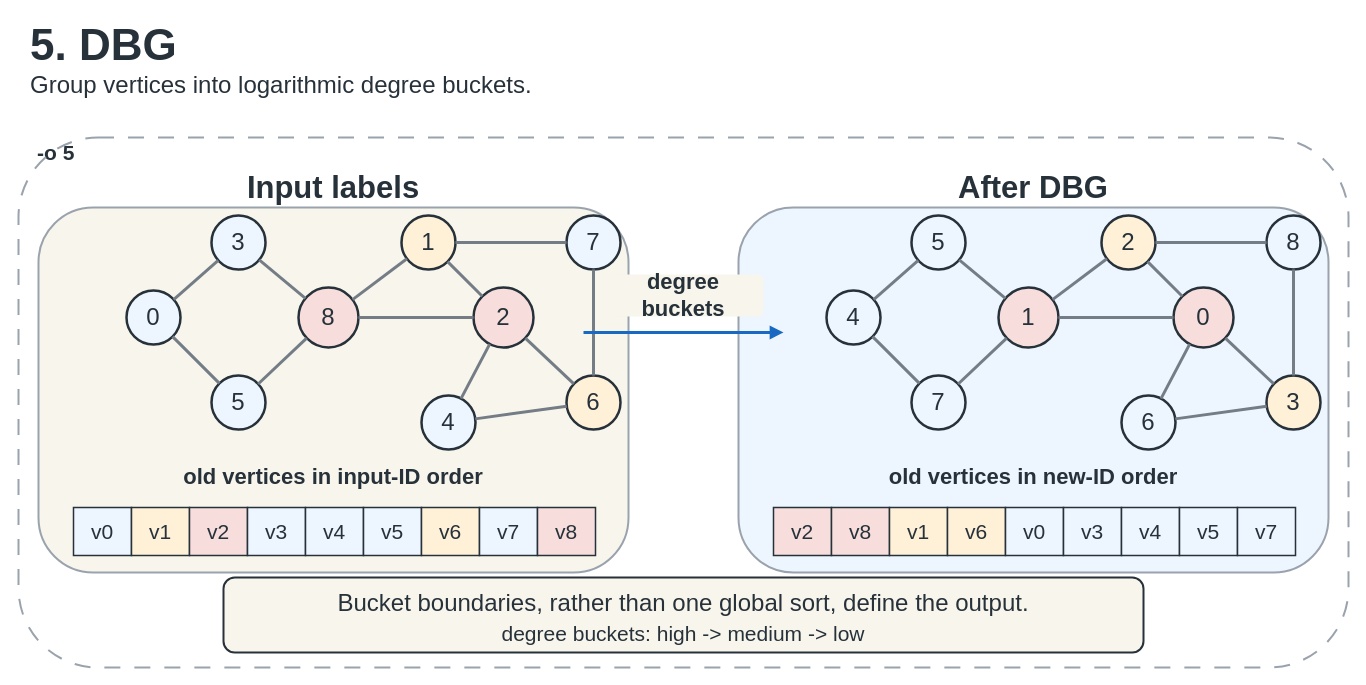
Earlier version of the draw.io diagram page "DBG" (7 of 18) of docs/figures/editable/GraphBrew-reordering-figures.drawio (UVA-LavaLab/GraphBrew). Source tidied: cells renumbered, new cells numbered last; positions are measured from the earlier drawing's top-left corner, leaving out a move shared by most shapes. Both pictures are drawn from the tidied source at 100%, with x=0, y=0 at pixel (18, 22).
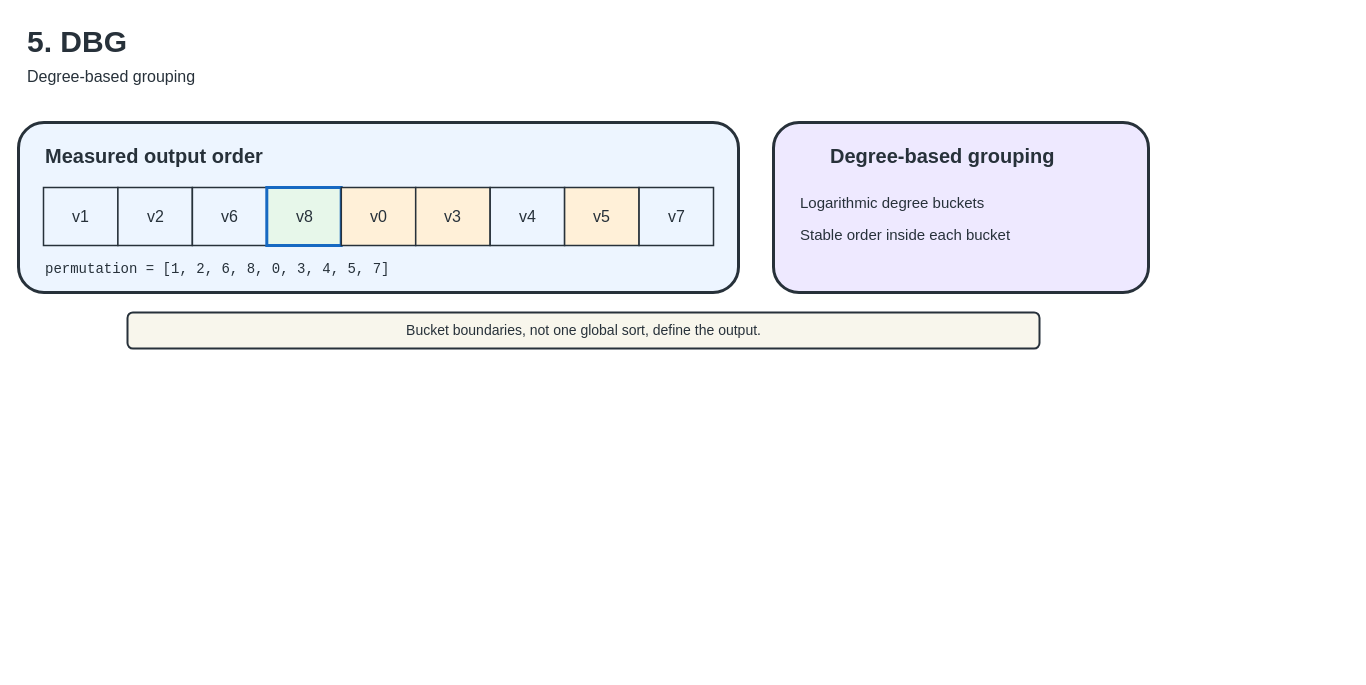
The same page after the edit.

What changed in the source:
```diff
@@
-    <mxCell id="2" value="5. DBG" style="text;html=1;strokeColor=none;fillColor=none;align=left;verticalAlign=middle;whiteSpace=wrap;fontSize=44;fontStyle=1;fontColor=#27313A;" parent="1" vertex="1">
-      <mxGeometry x="10" width="700" height="45" as="geometry" />
+    <mxCell id="2" value="5. DBG" style="text;html=1;strokeColor=none;fillColor=none;fontSize=30;fontStyle=1;fontColor=#27313A;" parent="1" vertex="1">
+      <mxGeometry x="7" y="-5" width="700" height="42" as="geometry" />
     </mxCell>
-    <mxCell id="3" value="Group vertices into logarithmic degree buckets." style="text;html=1;strokeColor=none;fillColor=none;align=left;verticalAlign=middle;whiteSpace=wrap;fontSize=24;fontColor=#27313A;" parent="1" vertex="1">
-      <mxGeometry x="10" y="45" width="1100" height="35" as="geometry" />
+    <mxCell id="3" value="Degree-based grouping" style="text;html=1;strokeColor=none;fillColor=none;fontSize=16;fontColor=#27313A;" parent="1" vertex="1">
+      <mxGeometry x="7" y="38" width="1050" height="28" as="geometry" />
     </mxCell>
-    <mxCell id="4" value="-o 5" style="text;html=1;strokeColor=none;fillColor=none;align=left;verticalAlign=middle;whiteSpace=wrap;fontSize=21;fontStyle=1;fontColor=#27313A;" parent="1" vertex="1">
-      <mxGeometry x="17" y="115" width="250" height="30" as="geometry" />
-    </mxCell>
-    <mxCell id="5" style="rounded=1;whiteSpace=wrap;html=1;fillColor=none;strokeColor=#9AA3AD;dashed=1;dashPattern=8 7;strokeWidth=2;" parent="1" vertex="1">
-      <mxGeometry y="115" width="1330" height="530" as="geometry" />
-    </mxCell>
-    <mxCell id="6" style="rounded=1;whiteSpace=wrap;html=1;fillColor=#F8F6EC;strokeColor=#9AA3AD;strokeWidth=2;opacity=100;" parent="1" vertex="1">
-      <mxGeometry x="20" y="185" width="590" height="365" as="geometry" />
-    </mxCell>
-    <mxCell id="7" style="rounded=1;whiteSpace=wrap;html=1;fillColor=#EDF5FF;strokeColor=#9AA3AD;strokeWidth=2;opacity=100;" parent="1" vertex="1">
-      <mxGeometry x="720" y="185" width="590" height="365" as="geometry" />
-    </mxCell>
-    <mxCell id="8" value="Input labels" style="text;html=1;strokeColor=none;fillColor=none;align=center;verticalAlign=middle;whiteSpace=wrap;fontSize=31;fontStyle=1;fontColor=#27313A;" parent="1" vertex="1">
-      <mxGeometry x="185" y="145" width="260" height="40" as="geometry" />
-    </mxCell>
-    <mxCell id="9" value="After DBG" style="text;html=1;strokeColor=none;fillColor=none;align=center;verticalAlign=middle;whiteSpace=wrap;fontSize=31;fontStyle=1;fontColor=#27313A;" parent="1" vertex="1">
-      <mxGeometry x="885" y="145" width="260" height="40" as="geometry" />
-    </mxCell>
-    <mxCell id="10" value="0" style="ellipse;whiteSpace=wrap;html=1;fillColor=#EDF5FF;strokeColor=#27313A;strokeWidth=2.5;fontSize=24;fontColor=#27313A;" parent="1" vertex="1">
-      <mxGeometry x="108" y="268" width="54" height="54" as="geometry" />
-    </mxCell>
-    <mxCell id="11" value="3" style="ellipse;whiteSpace=wrap;html=1;fillColor=#EDF5FF;strokeColor=#27313A;strokeWidth=2.5;fontSize=24;fontColor=#27313A;" parent="1" vertex="1">
-      <mxGeometry x="193" y="193" width="54" height="54" as="geometry" />
-    </mxCell>
-    <mxCell id="12" value="5" style="ellipse;whiteSpace=wrap;html=1;fillColor=#EDF5FF;strokeColor=#27313A;strokeWidth=2.5;fontSize=24;fontColor=#27313A;" parent="1" vertex="1">
-      <mxGeometry x="193" y="353" width="54" height="54" as="geometry" />
-    </mxCell>
-    <mxCell id="13" value="8" style="ellipse;whiteSpace=wrap;html=1;fillColor=#F7DEDC;strokeColor=#27313A;strokeWidth=2.5;fontSize=24;fontColor=#27313A;" parent="1" vertex="1">
-      <mxGeometry x="280" y="265" width="60" height="60" as="geometry" />
-    </mxCell>
-    <mxCell id="14" value="1" style="ellipse;whiteSpace=wrap;html=1;fillColor=#FFF0D8;strokeColor=#27313A;strokeWidth=2.5;fontSize=24;fontColor=#27313A;" parent="1" vertex="1">
-      <mxGeometry x="383" y="193" width="54" height="54" as="geometry" />
-    </mxCell>
-    <mxCell id="15" value="2" style="ellipse;whiteSpace=wrap;html=1;fillColor=#F7DEDC;strokeColor=#27313A;strokeWidth=2.5;fontSize=24;fontColor=#27313A;" parent="1" vertex="1">
-      <mxGeometry x="455" y="265" width="60" height="60" as="geometry" />
-    </mxCell>
-    <mxCell id="16" value="4" style="ellipse;whiteSpace=wrap;html=1;fillColor=#EDF5FF;strokeColor=#27313A;strokeWidth=2.5;fontSize=24;fontColor=#27313A;" parent="1" vertex="1">
-      <mxGeometry x="403" y="373" width="54" height="54" as="geometry" />
-    </mxCell>
-    <mxCell id="17" value="6" style="ellipse;whiteSpace=wrap;html=1;fillColor=#FFF0D8;strokeColor=#27313A;strokeWidth=2.5;fontSize=24;fontColor=#27313A;" parent="1" vertex="1">
-      <mxGeometry x="548" y="353" width="54" height="54" as="geometry" />
-    </mxCell>
-    <mxCell id="18" value="7" style="ellipse;whiteSpace=wrap;html=1;fillColor=#EDF5FF;strokeColor=#27313A;strokeWidth=2.5;fontSize=24;fontColor=#27313A;" parent="1" vertex="1">
-      <mxGeometry x="548" y="193" width="54" height="54" as="geometry" />
-    </mxCell>
-    <mxCell id="19" style="endArrow=none;html=1;rounded=0;strokeColor=#747D86;strokeWidth=3;" parent="1" edge="1" source="10" target="11">
-      <mxGeometry relative="1" as="geometry" />
-    </mxCell>
-    <mxCell id="20" style="endArrow=none;html=1;rounded=0;strokeColor=#747D86;strokeWidth=3;" parent="1" edge="1" source="10" target="12">
-      <mxGeometry relative="1" as="geometry" />
-    </mxCell>
-    <mxCell id="21" style="endArrow=none;html=1;rounded=0;strokeColor=#747D86;strokeWidth=3;" parent="1" edge="1" source="11" target="13">
-      <mxGeometry relative="1" as="geometry" />
-    </mxCell>
-    <mxCell id="22" style="endArrow=none;html=1;rounded=0;strokeColor=#747D86;strokeWidth=3;" parent="1" edge="1" source="12" target="13">
-      <mxGeometry relative="1" as="geometry" />
-    </mxCell>
-    <mxCell id="23" style="endArrow=none;html=1;rounded=0;strokeColor=#747D86;strokeWidth=3;" parent="1" edge="1" source="13" target="14">
-      <mxGeometry relative="1" as="geometry" />
-    </mxCell>
-    <mxCell id="24" style="endArrow=none;html=1;rounded=0;strokeColor=#747D86;strokeWidth=3;" parent="1" edge="1" source="13" target="15">
-      <mxGeometry relative="1" as="geometry" />
-    </mxCell>
-    <mxCell id="25" style="endArrow=none;html=1;rounded=0;strokeColor=#747D86;strokeWidth=3;" parent="1" edge="1" source="14" target="15">
-      <mxGeometry relative="1" as="geometry" />
-    </mxCell>
-    <mxCell id="26" style="endArrow=none;html=1;rounded=0;strokeColor=#747D86;strokeWidth=3;" parent="1" edge="1" source="14" target="18">
-      <mxGeometry relative="1" as="geometry" />
-    </mxCell>
-    <mxCell id="27" style="endArrow=none;html=1;rounded=0;strokeColor=#747D86;strokeWidth=3;" parent="1" edge="1" source="15" target="16">
-      <mxGeometry relative="1" as="geometry" />
-    </mxCell>
-    <mxCell id="28" style="endArrow=none;html=1;rounded=0;strokeColor=#747D86;strokeWidth=3;" parent="1" edge="1" source="15" target="17">
-      <mxGeometry relative="1" as="geometry" />
-    </mxCell>
-    <mxCell id="29" style="endArrow=none;html=1;rounded=0;strokeColor=#747D86;strokeWidth=3;" parent="1" edge="1" source="16" target="17">
-      <mxGeometry relative="1" as="geometry" />
-    </mxCell>
-    <mxCell id="30" style="endArrow=none;html=1;rounded=0;strokeColor=#747D86;strokeWidth=3;" parent="1" edge="1" source="17" target="18">
-      <mxGeometry relative="1" as="geometry" />
-    </mxCell>
-    <mxCell id="31" value="4" style="ellipse;whiteSpace=wrap;html=1;fillColor=#EDF5FF;strokeColor=#27313A;strokeWidth=2.5;fontSize=24;fontColor=#27313A;" parent="1" vertex="1">
-      <mxGeometry x="808" y="268" width="54" height="54" as="geometry" />
-    </mxCell>
-    <mxCell id="32" value="5" style="ellipse;whiteSpace=wrap;html=1;fillColor=#EDF5FF;strokeColor=#27313A;strokeWidth=2.5;fontSize=24;fontColor=#27313A;" parent="1" vertex="1">
-      <mxGeometry x="893" y="193" width="54" height="54" as="geometry" />
-    </mxCell>
-    <mxCell id="33" value="7" style="ellipse;whiteSpace=wrap;html=1;fillColor=#EDF5FF;strokeColor=#27313A;strokeWidth=2.5;fontSize=24;fontColor=#27313A;" parent="1" vertex="1">
-      <mxGeometry x="893" y="353" width="54" height="54" as="geometry" />
-    </mxCell>
-    <mxCell id="34" value="1" style="ellipse;whiteSpace=wrap;html=1;fillColor=#F7DEDC;strokeColor=#27313A;strokeWidth=2.5;fontSize=24;fontColor=#27313A;" parent="1" vertex="1">
-      <mxGeometry x="980" y="265" width="60" height="60" as="geometry" />
-    </mxCell>
-    <mxCell id="35" value="2" style="ellipse;whiteSpace=wrap;html=1;fillColor=#FFF0D8;strokeColor=#27313A;strokeWidth=2.5;fontSize=24;fontColor=#27313A;" parent="1" vertex="1">
-      <mxGeometry x="1083" y="193" width="54" height="54" as="geometry" />
-    </mxCell>
-    <mxCell id="36" value="0" style="ellipse;whiteSpace=wrap;html=1;fillColor=#F7DEDC;strokeColor=#27313A;strokeWidth=2.5;fontSize=24;fontColor=#27313A;" parent="1" vertex="1">
-      <mxGeometry x="1155" y="265" width="60" height="60" as="geometry" />
-    </mxCell>
-    <mxCell id="37" value="6" style="ellipse;whiteSpace=wrap;html=1;fillColor=#EDF5FF;strokeColor=#27313A;strokeWidth=2.5;fontSize=24;fontColor=#27313A;" parent="1" vertex="1">
-      <mxGeometry x="1103" y="373" width="54" height="54" as="geometry" />
-    </mxCell>
-    <mxCell id="38" value="3" style="ellipse;whiteSpace=wrap;html=1;fillColor=#FFF0D8;strokeColor=#27313A;strokeWidth=2.5;fontSize=24;fontColor=#27313A;" parent="1" vertex="1">
-      <mxGeometry x="1248" y="353" width="54" height="54" as="geometry" />
-    </mxCell>
-    <mxCell id="39" value="8" style="ellipse;whiteSpace=wrap;html=1;fillColor=#EDF5FF;strokeColor=#27313A;strokeWidth=2.5;fontSize=24;fontColor=#27313A;" parent="1" vertex="1">
-      <mxGeometry x="1248" y="193" width="54" height="54" as="geometry" />
-    </mxCell>
-    <mxCell id="40" style="endArrow=none;html=1;rounded=0;strokeColor=#747D86;strokeWidth=3;" parent="1" edge="1" source="31" target="32">
-      <mxGeometry relative="1" as="geometry" />
-    </mxCell>
-    <mxCell id="41" style="endArrow=none;html=1;rounded=0;strokeColor=#747D86;strokeWidth=3;" parent="1" edge="1" source="31" target="33">
-      <mxGeometry relative="1" as="geometry" />
-    </mxCell>
-    <mxCell id="42" style="endArrow=none;html=1;rounded=0;strokeColor=#747D86;strokeWidth=3;" parent="1" edge="1" source="32" target="34">
-      <mxGeometry relative="1" as="geometry" />
-    </mxCell>
-    <mxCell id="43" style="endArrow=none;html=1;rounded=0;strokeColor=#747D86;strokeWidth=3;" parent="1" edge="1" source="33" target="34">
-      <mxGeometry relative="1" as="geometry" />
-    </mxCell>
-    <mxCell id="44" style="endArrow=none;html=1;rounded=0;strokeColor=#747D86;strokeWidth=3;" parent="1" edge="1" source="34" target="35">
-      <mxGeometry relative="1" as="geometry" />
-    </mxCell>
-    <mxCell id="45" style="endArrow=none;html=1;rounded=0;strokeColor=#747D86;strokeWidth=3;" parent="1" edge="1" source="34" target="36">
-      <mxGeometry relative="1" as="geometry" />
-    </mxCell>
-    <mxCell id="46" style="endArrow=none;html=1;rounded=0;strokeColor=#747D86;strokeWidth=3;" parent="1" edge="1" source="35" target="36">
-      <mxGeometry relative="1" as="geometry" />
-    </mxCell>
-    <mxCell id="47" style="endArrow=none;html=1;rounded=0;strokeColor=#747D86;strokeWidth=3;" parent="1" edge="1" source="35" target="39">
-      <mxGeometry relative="1" as="geometry" />
-    </mxCell>
-    <mxCell id="48" style="endArrow=none;html=1;rounded=0;strokeColor=#747D86;strokeWidth=3;" parent="1" edge="1" source="36" target="37">
-      <mxGeometry relative="1" as="geometry" />
-    </mxCell>
-    <mxCell id="49" style="endArrow=none;html=1;rounded=0;strokeColor=#747D86;strokeWidth=3;" parent="1" edge="1" source="36" target="38">
-      <mxGeometry relative="1" as="geometry" />
-    </mxCell>
-    <mxCell id="50" style="endArrow=none;html=1;rounded=0;strokeColor=#747D86;strokeWidth=3;" parent="1" edge="1" source="37" target="38">
-      <mxGeometry relative="1" as="geometry" />
-    </mxCell>
-    <mxCell id="51" style="endArrow=none;html=1;rounded=0;strokeColor=#747D86;strokeWidth=3;" parent="1" edge="1" source="38" target="39">
-      <mxGeometry relative="1" as="geometry" />
-    </mxCell>
-    <mxCell id="52" style="endArrow=block;endFill=1;html=1;strokeColor=#1769C2;strokeWidth=3;" parent="1" edge="1">
-      <mxGeometry relative="1" as="geometry">
-        <mxPoint x="565" y="310" as="sourcePoint" />
-        <mxPoint x="765" y="310" as="targetPoint" />
-      </mxGeometry>
-    </mxCell>
-    <mxCell id="53" value="degree buckets" style="rounded=1;whiteSpace=wrap;html=1;fillColor=#F8F6EC;strokeColor=none;fontSize=22;fontStyle=1;fontColor=#27313A;align=center;" parent="1" vertex="1">
-      <mxGeometry x="585" y="252" width="160" height="42" as="geometry" />
-    </mxCell>
-    <mxCell id="54" value="old vertices in input-ID order" style="text;html=1;strokeColor=none;fillColor=none;align=center;verticalAlign=middle;whiteSpace=wrap;fontSize=22;fontStyle=1;fontColor=#27313A;" parent="1" vertex="1">
-      <mxGeometry x="60" y="440" width="510" height="30" as="geometry" />
-    </mxCell>
-    <mxCell id="55" value="old vertices in new-ID order" style="text;html=1;strokeColor=none;fillColor=none;align=center;verticalAlign=middle;whiteSpace=wrap;fontSize=22;fontStyle=1;fontColor=#27313A;" parent="1" vertex="1">
-      <mxGeometry x="760" y="440" width="510" height="30" as="geometry" />
-    </mxCell>
-    <mxCell id="56" value="v0" style="rounded=0;whiteSpace=wrap;html=1;fillColor=#EDF5FF;strokeColor=#27313A;strokeWidth=1.5;fontSize=21;fontColor=#27313A;align=center;" parent="1" vertex="1">
-      <mxGeometry x="55" y="485" width="58" height="48" as="geometry" />
-    </mxCell>
-    <mxCell id="57" value="v1" style="rounded=0;whiteSpace=wrap;html=1;fillColor=#FFF0D8;strokeColor=#27313A;strokeWidth=1.5;fontSize=21;fontColor=#27313A;align=center;" parent="1" vertex="1">
-      <mxGeometry x="113" y="485" width="58" height="48" as="geometry" />
-    </mxCell>
-    <mxCell id="58" value="v2" style="rounded=0;whiteSpace=wrap;html=1;fillColor=#F7DEDC;strokeColor=#27313A;strokeWidth=1.5;fontSize=21;fontColor=#27313A;align=center;" parent="1" vertex="1">
-      <mxGeometry x="171" y="485" width="58" height="48" as="geometry" />
-    </mxCell>
-    <mxCell id="59" value="v3" style="rounded=0;whiteSpace=wrap;html=1;fillColor=#EDF5FF;strokeColor=#27313A;strokeWidth=1.5;fontSize=21;fontColor=#27313A;align=center;" parent="1" vertex="1">
-      <mxGeometry x="229" y="485" width="58" height="48" as="geometry" />
-    </mxCell>
-    <mxCell id="60" value="v4" style="rounded=0;whiteSpace=wrap;html=1;fillColor=#EDF5FF;strokeColor=#27313A;strokeWidth=1.5;fontSize=21;fontColor=#27313A;align=center;" parent="1" vertex="1">
-      <mxGeometry x="287" y="485" width="58" height="48" as="geometry" />
-    </mxCell>
-    <mxCell id="61" value="v5" style="rounded=0;whiteSpace=wrap;html=1;fillColor=#EDF5FF;strokeColor=#27313A;strokeWidth=1.5;fontSize=21;fontColor=#27313A;align=center;" parent="1" vertex="1">
-      <mxGeometry x="345" y="485" width="58" height="48" as="geometry" />
-    </mxCell>
-    <mxCell id="62" value="v6" style="rounded=0;whiteSpace=wrap;html=1;fillColor=#FFF0D8;strokeColor=#27313A;strokeWidth=1.5;fontSize=21;fontColor=#27313A;align=center;" parent="1" vertex="1">
-      <mxGeometry x="403" y="485" width="58" height="48" as="geometry" />
-    </mxCell>
-    <mxCell id="63" value="v7" style="rounded=0;whiteSpace=wrap;html=1;fillColor=#EDF5FF;strokeColor=#27313A;strokeWidth=1.5;fontSize=21;fontColor=#27313A;align=center;" parent="1" vertex="1">
-      <mxGeometry x="461" y="485" width="58" height="48" as="geometry" />
-    </mxCell>
-    <mxCell id="64" value="v8" style="rounded=0;whiteSpace=wrap;html=1;fillColor=#F7DEDC;strokeColor=#27313A;strokeWidth=1.5;fontSize=21;fontColor=#27313A;align=center;" parent="1" vertex="1">
-      <mxGeometry x="519" y="485" width="58" height="48" as="geometry" />
-    </mxCell>
-    <mxCell id="65" value="v2" style="rounded=0;whiteSpace=wrap;html=1;fillColor=#F7DEDC;strokeColor=#27313A;strokeWidth=1.5;fontSize=21;fontColor=#27313A;align=center;" parent="1" vertex="1">
-      <mxGeometry x="755" y="485" width="58" height="48" as="geometry" />
-    </mxCell>
-    <mxCell id="66" value="v8" style="rounded=0;whiteSpace=wrap;html=1;fillColor=#F7DEDC;strokeColor=#27313A;strokeWidth=1.5;fontSize=21;fontColor=#27313A;align=center;" parent="1" vertex="1">
-      <mxGeometry x="813" y="485" width="58" height="48" as="geometry" />
-    </mxCell>
-    <mxCell id="67" value="v1" style="rounded=0;whiteSpace=wrap;html=1;fillColor=#FFF0D8;strokeColor=#27313A;strokeWidth=1.5;fontSize=21;fontColor=#27313A;align=center;" parent="1" vertex="1">
-      <mxGeometry x="871" y="485" width="58" height="48" as="geometry" />
-    </mxCell>
-    <mxCell id="68" value="v6" style="rounded=0;whiteSpace=wrap;html=1;fillColor=#FFF0D8;strokeColor=#27313A;strokeWidth=1.5;fontSize=21;fontColor=#27313A;align=center;" parent="1" vertex="1">
-      <mxGeometry x="929" y="485" width="58" height="48" as="geometry" />
-    </mxCell>
-    <mxCell id="69" value="v0" style="rounded=0;whiteSpace=wrap;html=1;fillColor=#EDF5FF;strokeColor=#27313A;strokeWidth=1.5;fontSize=21;fontColor=#27313A;align=center;" parent="1" vertex="1">
-      <mxGeometry x="987" y="485" width="58" height="48" as="geometry" />
-    </mxCell>
-    <mxCell id="70" value="v3" style="rounded=0;whiteSpace=wrap;html=1;fillColor=#EDF5FF;strokeColor=#27313A;strokeWidth=1.5;fontSize=21;fontColor=#27313A;align=center;" parent="1" vertex="1">
-      <mxGeometry x="1045" y="485" width="58" height="48" as="geometry" />
-    </mxCell>
-    <mxCell id="71" value="v4" style="rounded=0;whiteSpace=wrap;html=1;fillColor=#EDF5FF;strokeColor=#27313A;strokeWidth=1.5;fontSize=21;fontColor=#27313A;align=center;" parent="1" vertex="1">
-      <mxGeometry x="1103" y="485" width="58" height="48" as="geometry" />
-    </mxCell>
-    <mxCell id="72" value="v5" style="rounded=0;whiteSpace=wrap;html=1;fillColor=#EDF5FF;strokeColor=#27313A;strokeWidth=1.5;fontSize=21;fontColor=#27313A;align=center;" parent="1" vertex="1">
-      <mxGeometry x="1161" y="485" width="58" height="48" as="geometry" />
-    </mxCell>
-    <mxCell id="73" value="v7" style="rounded=0;whiteSpace=wrap;html=1;fillColor=#EDF5FF;strokeColor=#27313A;strokeWidth=1.5;fontSize=21;fontColor=#27313A;align=center;" parent="1" vertex="1">
-      <mxGeometry x="1219" y="485" width="58" height="48" as="geometry" />
-    </mxCell>
-    <mxCell id="74" style="rounded=1;whiteSpace=wrap;html=1;fillColor=#F8F6EC;strokeColor=#27313A;strokeWidth=2;" parent="1" vertex="1">
-      <mxGeometry x="205" y="555" width="920" height="75" as="geometry" />
-    </mxCell>
-    <mxCell id="75" value="Bucket boundaries, rather than one global sort, define the output." style="text;html=1;strokeColor=none;fillColor=none;align=center;verticalAlign=middle;whiteSpace=wrap;fontSize=24;fontColor=#27313A;" parent="1" vertex="1">
-      <mxGeometry x="225" y="564" width="880" height="34" as="geometry" />
-    </mxCell>
-    <mxCell id="76" value="degree buckets: high -&gt; medium -&gt; low" style="text;html=1;strokeColor=none;fillColor=none;align=center;verticalAlign=middle;whiteSpace=wrap;fontSize=21;fontColor=#27313A;" parent="1" vertex="1">
-      <mxGeometry x="225" y="598" width="880" height="26" as="geometry" />
-    </mxCell>
+    <mxCell id="77" style="rounded=1;html=1;fillColor=#EDF5FF;strokeColor=#27313A;strokeWidth=3;" parent="1" vertex="1">
+      <mxGeometry y="100" width="720" height="170" as="geometry" />
+    </mxCell>
+    <mxCell id="78" style="rounded=1;html=1;fillColor=#EEE9FF;strokeColor=#27313A;strokeWidth=3;" parent="1" vertex="1">
+      <mxGeometry x="755" y="100" width="375" height="170" as="geometry" />
+    </mxCell>
+    <mxCell id="79" value="Measured output order" style="text;html=1;strokeColor=none;fillColor=none;fontSize=20;fontStyle=1;fontColor=#27313A;" parent="1" vertex="1">
+      <mxGeometry x="25" y="115" width="300" height="35" as="geometry" />
+    </mxCell>
+    <mxCell id="80" value="Degree-based grouping" style="text;html=1;strokeColor=none;fillColor=none;fontSize=20;fontStyle=1;fontColor=#27313A;" parent="1" vertex="1">
+      <mxGeometry x="810" y="115" width="300" height="35" as="geometry" />
+    </mxCell>
+    <mxCell id="81" value="Bucket boundaries, not one global sort, define the output." style="rounded=1;html=1;fillColor=#F8F6EC;strokeColor=#27313A;strokeWidth=2;fontSize=14;fontColor=#27313A;align=center;" parent="1" vertex="1">
+      <mxGeometry x="109" y="290" width="912" height="36" as="geometry" />
+    </mxCell>
+    <mxCell id="82" value="v1" style="rounded=0;html=1;align=center;verticalAlign=middle;fillColor=#EDF5FF;strokeColor=#27313A;strokeWidth=1.5;fontSize=16;fontColor=#27313A;" parent="1" vertex="1">
+      <mxGeometry x="25" y="165" width="74.4" height="58" as="geometry" />
+    </mxCell>
+    <mxCell id="83" value="v2" style="rounded=0;html=1;align=center;verticalAlign=middle;fillColor=#EDF5FF;strokeColor=#27313A;strokeWidth=1.5;fontSize=16;fontColor=#27313A;" parent="1" vertex="1">
+      <mxGeometry x="99.4" y="165" width="74.4" height="58" as="geometry" />
+    </mxCell>
+    <mxCell id="84" value="v6" style="rounded=0;html=1;align=center;verticalAlign=middle;fillColor=#EDF5FF;strokeColor=#27313A;strokeWidth=1.5;fontSize=16;fontColor=#27313A;" parent="1" vertex="1">
+      <mxGeometry x="173.9" y="165" width="74.4" height="58" as="geometry" />
+    </mxCell>
+    <mxCell id="85" value="v8" style="rounded=0;html=1;align=center;verticalAlign=middle;fillColor=#E7F7EA;strokeColor=#1769C2;strokeWidth=3;fontSize=16;fontColor=#27313A;" parent="1" vertex="1">
+      <mxGeometry x="248.3" y="165" width="74.4" height="58" as="geometry" />
+    </mxCell>
+    <mxCell id="86" value="v0" style="rounded=0;html=1;align=center;verticalAlign=middle;fillColor=#FFF0D8;strokeColor=#27313A;strokeWidth=1.5;fontSize=16;fontColor=#27313A;" parent="1" vertex="1">
+      <mxGeometry x="322.8" y="165" width="74.4" height="58" as="geometry" />
+    </mxCell>
+    <mxCell id="87" value="v3" style="rounded=0;html=1;align=center;verticalAlign=middle;fillColor=#FFF0D8;strokeColor=#27313A;strokeWidth=1.5;fontSize=16;fontColor=#27313A;" parent="1" vertex="1">
+      <mxGeometry x="397.2" y="165" width="74.4" height="58" as="geometry" />
+    </mxCell>
+    <mxCell id="88" value="v4" style="rounded=0;html=1;align=center;verticalAlign=middle;fillColor=#EDF5FF;strokeColor=#27313A;strokeWidth=1.5;fontSize=16;fontColor=#27313A;" parent="1" vertex="1">
+      <mxGeometry x="471.7" y="165" width="74.4" height="58" as="geometry" />
+    </mxCell>
+    <mxCell id="89" value="v5" style="rounded=0;html=1;align=center;verticalAlign=middle;fillColor=#FFF0D8;strokeColor=#27313A;strokeWidth=1.5;fontSize=16;fontColor=#27313A;" parent="1" vertex="1">
+      <mxGeometry x="546.1" y="165" width="74.4" height="58" as="geometry" />
+    </mxCell>
+    <mxCell id="90" value="v7" style="rounded=0;html=1;align=center;verticalAlign=middle;fillColor=#EDF5FF;strokeColor=#27313A;strokeWidth=1.5;fontSize=16;fontColor=#27313A;" parent="1" vertex="1">
+      <mxGeometry x="620.6" y="165" width="74.4" height="58" as="geometry" />
+    </mxCell>
+    <mxCell id="91" value="permutation = [1, 2, 6, 8, 0, 3, 4, 5, 7]" style="text;html=1;strokeColor=none;fillColor=none;fontSize=14;fontFamily=Consolas;fontColor=#27313A;" parent="1" vertex="1">
+      <mxGeometry x="25" y="232" width="670" height="28" as="geometry" />
+    </mxCell>
+    <mxCell id="92" value="Logarithmic degree buckets" style="text;html=1;strokeColor=none;fillColor=none;fontSize=15;fontColor=#27313A;" parent="1" vertex="1">
+      <mxGeometry x="780" y="165" width="325" height="28" as="geometry" />
+    </mxCell>
+    <mxCell id="93" value="Stable order inside each bucket" style="text;html=1;strokeColor=none;fillColor=none;fontSize=15;fontColor=#27313A;" parent="1" vertex="1">
+      <mxGeometry x="780" y="197" width="325" height="28" as="geometry" />
+    </mxCell>
```
